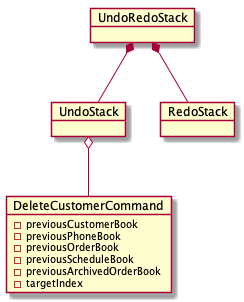
Before: docs/images/dg-diagram/UndoRedoStackObjectDiagram4.png, a diagram exported from PlantUML (nus-cs2103-AY1920S1/addressbook-level3). The source it was exported from:
```plantuml
@startuml
object UndoRedoStack {
}

object UndoStack {

}

object RedoStack {

}

object DeleteCustomerCommand {
    - previousCustomerBook
    - previousPhoneBook
    - previousOrderBook
    - previousScheduleBook
    - previousArchivedOrderBook
    - targetIndex
}

UndoRedoStack *-- UndoStack
UndoRedoStack *-- RedoStack
UndoStack o-- DeleteCustomerCommand
@enduml
```
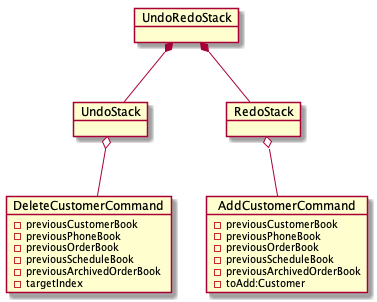
After the commit.

Change to the diagram source:
```diff
@@ -7,6 +7,17 @@
 }
 
 object RedoStack {
+
+}
+
+
+object AddCustomerCommand {
+    - previousCustomerBook
+    - previousPhoneBook
+    - previousOrderBook
+    - previousScheduleBook
+    - previousArchivedOrderBook
+    - toAdd:Customer
 
 }
 
@@ -21,5 +32,6 @@
 
 UndoRedoStack *-- UndoStack
 UndoRedoStack *-- RedoStack
+RedoStack o-- AddCustomerCommand
 UndoStack o-- DeleteCustomerCommand
 @enduml
```
